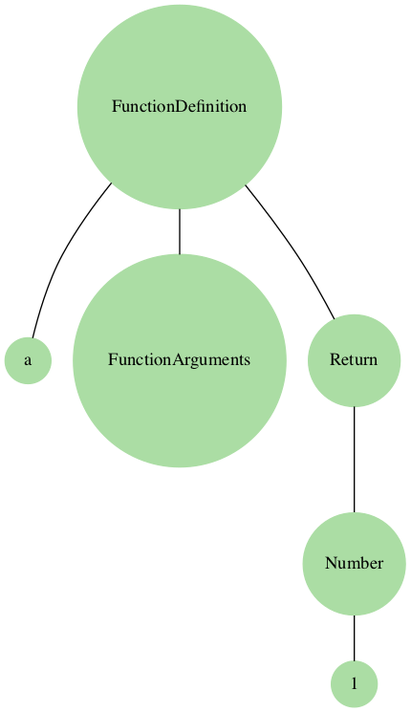
Above: graphs/tmp.gv.png in Iainmon/hybrid (Graphviz), before the change. Its source is kept beside it as graphs/tmp.gv.
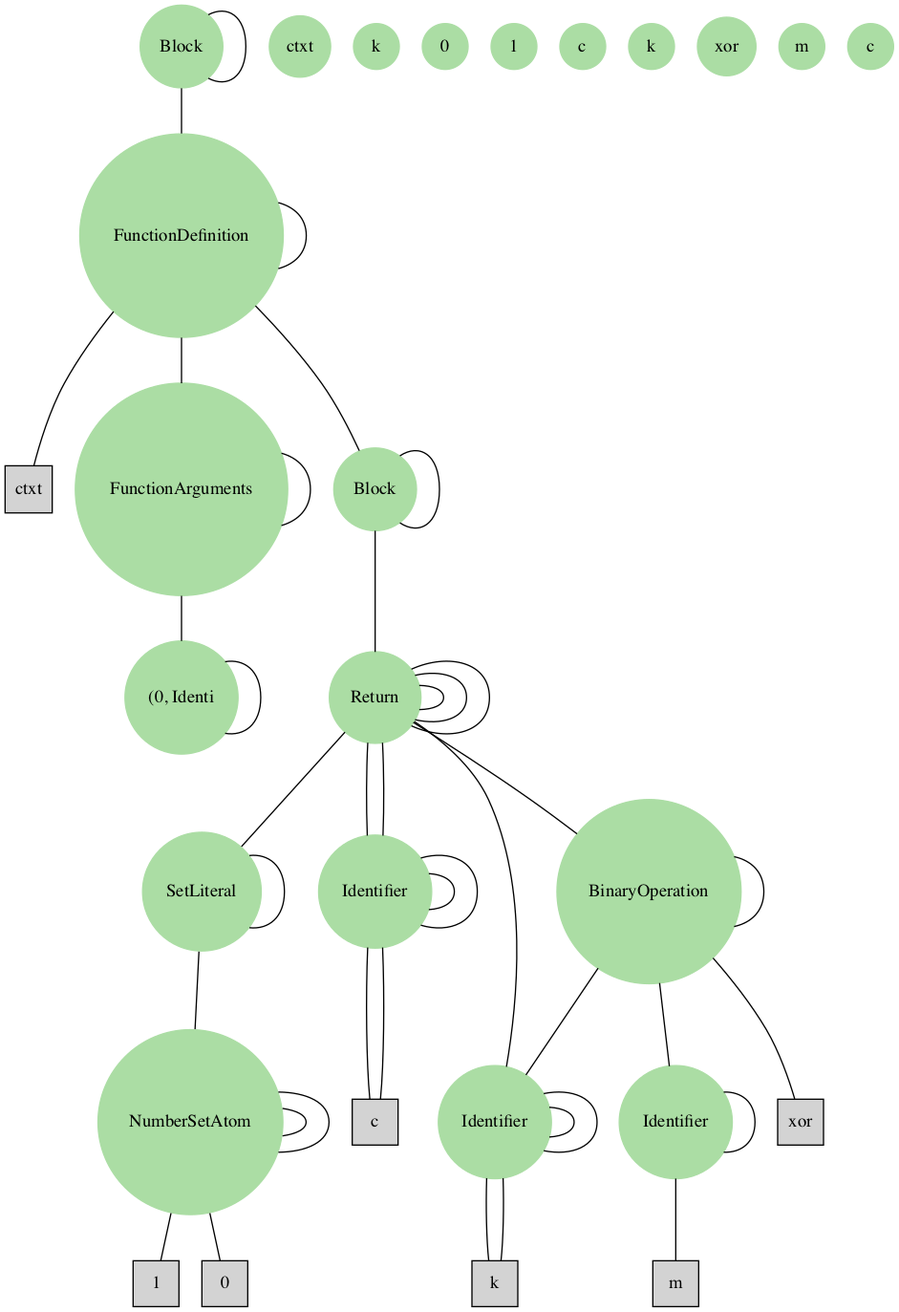
The same file after the commit.

The edit, as a diff of the source:
```diff
@@ -2,17 +2,69 @@
 	graph [rankdir=TD]
 	node [colorscheme=spectral11 shape=square style=filled]
 	edge [arrowhead=none]
-	"Block(procedure=[FunctionDefinition(fun_name='a', args=FunctionArguments(args=[]), block=Block(procedure=[Return(ret=Number(num=1))]))])" [label=Block color=8 shape=circle]
-	"Block(procedure=[FunctionDefinition(fun_name='a', args=FunctionArguments(args=[]), block=Block(procedure=[Return(ret=Number(num=1))]))])" [label=FunctionDefinition color=8 shape=circle]
-	a [label=a color=8 shape=circle]
-	"Block(procedure=[FunctionDefinition(fun_name='a', args=FunctionArguments(args=[]), block=Block(procedure=[Return(ret=Number(num=1))]))])" -> a
-	"FunctionArguments(args=[])" [label=FunctionArguments color=8 shape=circle]
-	"Block(procedure=[FunctionDefinition(fun_name='a', args=FunctionArguments(args=[]), block=Block(procedure=[Return(ret=Number(num=1))]))])" -> "FunctionArguments(args=[])"
-	"Block(procedure=[Return(ret=Number(num=1))])" [label=Block color=8 shape=circle]
-	"Block(procedure=[Return(ret=Number(num=1))])" [label=Return color=8 shape=circle]
-	"Number(num=1)" [label=Number color=8 shape=circle]
-	1 [label=1 color=8 shape=circle]
-	"Number(num=1)" -> 1
-	"Block(procedure=[Return(ret=Number(num=1))])" -> "Number(num=1)"
-	"Block(procedure=[FunctionDefinition(fun_name='a', args=FunctionArguments(args=[]), block=Block(procedure=[Return(ret=Number(num=1))]))])" -> "Block(procedure=[Return(ret=Number(num=1))])"
+	"Block(procedure=[FunctionDefinition(fun_name='ctxt', args=FunctionArguments(args=[(0, Identifier(id='m'))]), block=Block(procedure=[Sample(lhs=Identifier(id='k'), rhs=SetLiteral(data=[NumberSetAtom(num=0), NumberSetAtom(num=1)])), Assignment(lhs=Identifier(id='c'), rhs=BinaryOperation(lhs=Identifier(id='k'), bin_op='xor', rhs=Identifier(id='m'))), Return(ret=Identifier(id='c'))]))])" [label=Block color=8 shape=circle]
+	"Block(procedure=[FunctionDefinition(fun_name='ctxt', args=FunctionArguments(args=[(0, Identifier(id='m'))]), block=Block(procedure=[Sample(lhs=Identifier(id='k'), rhs=SetLiteral(data=[NumberSetAtom(num=0), NumberSetAtom(num=1)])), Assignment(lhs=Identifier(id='c'), rhs=BinaryOperation(lhs=Identifier(id='k'), bin_op='xor', rhs=Identifier(id='m'))), Return(ret=Identifier(id='c'))]))])" -> "Block(procedure=[FunctionDefinition(fun_name='ctxt', args=FunctionArguments(args=[(0, Identifier(id='m'))]), block=Block(procedure=[Sample(lhs=Identifier(id='k'), rhs=SetLiteral(data=[NumberSetAtom(num=0), NumberSetAtom(num=1)])), Assignment(lhs=Identifier(id='c'), rhs=BinaryOperation(lhs=Identifier(id='k'), bin_op='xor', rhs=Identifier(id='m'))), Return(ret=Identifier(id='c'))]))])"
+	"[FunctionDefinition(fun_name='ctxt', args=FunctionArguments(args=[(0, Identifier(id='m'))]), block=Block(procedure=[Sample(lhs=Identifier(id='k'), rhs=SetLiteral(data=[NumberSetAtom(num=0), NumberSetAtom(num=1)])), Assignment(lhs=Identifier(id='c'), rhs=BinaryOperation(lhs=Identifier(id='k'), bin_op='xor', rhs=Identifier(id='m'))), Return(ret=Identifier(id='c'))]))]" [label=FunctionDefinition color=8 shape=circle]
+	"[FunctionDefinition(fun_name='ctxt', args=FunctionArguments(args=[(0, Identifier(id='m'))]), block=Block(procedure=[Sample(lhs=Identifier(id='k'), rhs=SetLiteral(data=[NumberSetAtom(num=0), NumberSetAtom(num=1)])), Assignment(lhs=Identifier(id='c'), rhs=BinaryOperation(lhs=Identifier(id='k'), bin_op='xor', rhs=Identifier(id='m'))), Return(ret=Identifier(id='c'))]))]" -> "[FunctionDefinition(fun_name='ctxt', args=FunctionArguments(args=[(0, Identifier(id='m'))]), block=Block(procedure=[Sample(lhs=Identifier(id='k'), rhs=SetLiteral(data=[NumberSetAtom(num=0), NumberSetAtom(num=1)])), Assignment(lhs=Identifier(id='c'), rhs=BinaryOperation(lhs=Identifier(id='k'), bin_op='xor', rhs=Identifier(id='m'))), Return(ret=Identifier(id='c'))]))]"
+	2 [label=ctxt color=8 shape=circle]
+	"[FunctionDefinition(fun_name='ctxt', args=FunctionArguments(args=[(0, Identifier(id='m'))]), block=Block(procedure=[Sample(lhs=Identifier(id='k'), rhs=SetLiteral(data=[NumberSetAtom(num=0), NumberSetAtom(num=1)])), Assignment(lhs=Identifier(id='c'), rhs=BinaryOperation(lhs=Identifier(id='k'), bin_op='xor', rhs=Identifier(id='m'))), Return(ret=Identifier(id='c'))]))]" -> ctxt
+	"FunctionArguments(args=[(0, Identifier(id='m'))])" [label=FunctionArguments color=8 shape=circle]
+	"FunctionArguments(args=[(0, Identifier(id='m'))])" -> "FunctionArguments(args=[(0, Identifier(id='m'))])"
+	"[(0, Identifier(id='m'))]" [label="(0, Identi" color=8 shape=circle]
+	"[(0, Identifier(id='m'))]" -> "[(0, Identifier(id='m'))]"
+	"FunctionArguments(args=[(0, Identifier(id='m'))])" -> "[(0, Identifier(id='m'))]"
+	"[FunctionDefinition(fun_name='ctxt', args=FunctionArguments(args=[(0, Identifier(id='m'))]), block=Block(procedure=[Sample(lhs=Identifier(id='k'), rhs=SetLiteral(data=[NumberSetAtom(num=0), NumberSetAtom(num=1)])), Assignment(lhs=Identifier(id='c'), rhs=BinaryOperation(lhs=Identifier(id='k'), bin_op='xor', rhs=Identifier(id='m'))), Return(ret=Identifier(id='c'))]))]" -> "FunctionArguments(args=[(0, Identifier(id='m'))])"
+	"Block(procedure=[Sample(lhs=Identifier(id='k'), rhs=SetLiteral(data=[NumberSetAtom(num=0), NumberSetAtom(num=1)])), Assignment(lhs=Identifier(id='c'), rhs=BinaryOperation(lhs=Identifier(id='k'), bin_op='xor', rhs=Identifier(id='m'))), Return(ret=Identifier(id='c'))])" [label=Block color=8 shape=circle]
+	"Block(procedure=[Sample(lhs=Identifier(id='k'), rhs=SetLiteral(data=[NumberSetAtom(num=0), NumberSetAtom(num=1)])), Assignment(lhs=Identifier(id='c'), rhs=BinaryOperation(lhs=Identifier(id='k'), bin_op='xor', rhs=Identifier(id='m'))), Return(ret=Identifier(id='c'))])" -> "Block(procedure=[Sample(lhs=Identifier(id='k'), rhs=SetLiteral(data=[NumberSetAtom(num=0), NumberSetAtom(num=1)])), Assignment(lhs=Identifier(id='c'), rhs=BinaryOperation(lhs=Identifier(id='k'), bin_op='xor', rhs=Identifier(id='m'))), Return(ret=Identifier(id='c'))])"
+	"[Sample(lhs=Identifier(id='k'), rhs=SetLiteral(data=[NumberSetAtom(num=0), NumberSetAtom(num=1)])), Assignment(lhs=Identifier(id='c'), rhs=BinaryOperation(lhs=Identifier(id='k'), bin_op='xor', rhs=Identifier(id='m'))), Return(ret=Identifier(id='c'))]" [label=Sample color=8 shape=circle]
+	"[Sample(lhs=Identifier(id='k'), rhs=SetLiteral(data=[NumberSetAtom(num=0), NumberSetAtom(num=1)])), Assignment(lhs=Identifier(id='c'), rhs=BinaryOperation(lhs=Identifier(id='k'), bin_op='xor', rhs=Identifier(id='m'))), Return(ret=Identifier(id='c'))]" -> "[Sample(lhs=Identifier(id='k'), rhs=SetLiteral(data=[NumberSetAtom(num=0), NumberSetAtom(num=1)])), Assignment(lhs=Identifier(id='c'), rhs=BinaryOperation(lhs=Identifier(id='k'), bin_op='xor', rhs=Identifier(id='m'))), Return(ret=Identifier(id='c'))]"
+	"Identifier(id='k')" [label=Identifier color=8 shape=circle]
+	"Identifier(id='k')" -> "Identifier(id='k')"
+	8 [label=k color=8 shape=circle]
+	"Identifier(id='k')" -> k
+	"[Sample(lhs=Identifier(id='k'), rhs=SetLiteral(data=[NumberSetAtom(num=0), NumberSetAtom(num=1)])), Assignment(lhs=Identifier(id='c'), rhs=BinaryOperation(lhs=Identifier(id='k'), bin_op='xor', rhs=Identifier(id='m'))), Return(ret=Identifier(id='c'))]" -> "Identifier(id='k')"
+	"SetLiteral(data=[NumberSetAtom(num=0), NumberSetAtom(num=1)])" [label=SetLiteral color=8 shape=circle]
+	"SetLiteral(data=[NumberSetAtom(num=0), NumberSetAtom(num=1)])" -> "SetLiteral(data=[NumberSetAtom(num=0), NumberSetAtom(num=1)])"
+	"[NumberSetAtom(num=0), NumberSetAtom(num=1)]" [label=NumberSetAtom color=8 shape=circle]
+	"[NumberSetAtom(num=0), NumberSetAtom(num=1)]" -> "[NumberSetAtom(num=0), NumberSetAtom(num=1)]"
+	11 [label=0 color=8 shape=circle]
+	"[NumberSetAtom(num=0), NumberSetAtom(num=1)]" -> 0
+	"[NumberSetAtom(num=0), NumberSetAtom(num=1)]" [label=NumberSetAtom color=8 shape=circle]
+	"[NumberSetAtom(num=0), NumberSetAtom(num=1)]" -> "[NumberSetAtom(num=0), NumberSetAtom(num=1)]"
+	13 [label=1 color=8 shape=circle]
+	"[NumberSetAtom(num=0), NumberSetAtom(num=1)]" -> 1
+	"SetLiteral(data=[NumberSetAtom(num=0), NumberSetAtom(num=1)])" -> "[NumberSetAtom(num=0), NumberSetAtom(num=1)]"
+	"[Sample(lhs=Identifier(id='k'), rhs=SetLiteral(data=[NumberSetAtom(num=0), NumberSetAtom(num=1)])), Assignment(lhs=Identifier(id='c'), rhs=BinaryOperation(lhs=Identifier(id='k'), bin_op='xor', rhs=Identifier(id='m'))), Return(ret=Identifier(id='c'))]" -> "SetLiteral(data=[NumberSetAtom(num=0), NumberSetAtom(num=1)])"
+	"[Sample(lhs=Identifier(id='k'), rhs=SetLiteral(data=[NumberSetAtom(num=0), NumberSetAtom(num=1)])), Assignment(lhs=Identifier(id='c'), rhs=BinaryOperation(lhs=Identifier(id='k'), bin_op='xor', rhs=Identifier(id='m'))), Return(ret=Identifier(id='c'))]" [label=Assignment color=8 shape=circle]
+	"[Sample(lhs=Identifier(id='k'), rhs=SetLiteral(data=[NumberSetAtom(num=0), NumberSetAtom(num=1)])), Assignment(lhs=Identifier(id='c'), rhs=BinaryOperation(lhs=Identifier(id='k'), bin_op='xor', rhs=Identifier(id='m'))), Return(ret=Identifier(id='c'))]" -> "[Sample(lhs=Identifier(id='k'), rhs=SetLiteral(data=[NumberSetAtom(num=0), NumberSetAtom(num=1)])), Assignment(lhs=Identifier(id='c'), rhs=BinaryOperation(lhs=Identifier(id='k'), bin_op='xor', rhs=Identifier(id='m'))), Return(ret=Identifier(id='c'))]"
+	"Identifier(id='c')" [label=Identifier color=8 shape=circle]
+	"Identifier(id='c')" -> "Identifier(id='c')"
+	16 [label=c color=8 shape=circle]
+	"Identifier(id='c')" -> c
+	"[Sample(lhs=Identifier(id='k'), rhs=SetLiteral(data=[NumberSetAtom(num=0), NumberSetAtom(num=1)])), Assignment(lhs=Identifier(id='c'), rhs=BinaryOperation(lhs=Identifier(id='k'), bin_op='xor', rhs=Identifier(id='m'))), Return(ret=Identifier(id='c'))]" -> "Identifier(id='c')"
+	"BinaryOperation(lhs=Identifier(id='k'), bin_op='xor', rhs=Identifier(id='m'))" [label=BinaryOperation color=8 shape=circle]
+	"BinaryOperation(lhs=Identifier(id='k'), bin_op='xor', rhs=Identifier(id='m'))" -> "BinaryOperation(lhs=Identifier(id='k'), bin_op='xor', rhs=Identifier(id='m'))"
+	"Identifier(id='k')" [label=Identifier color=8 shape=circle]
+	"Identifier(id='k')" -> "Identifier(id='k')"
+	19 [label=k color=8 shape=circle]
+	"Identifier(id='k')" -> k
+	"BinaryOperation(lhs=Identifier(id='k'), bin_op='xor', rhs=Identifier(id='m'))" -> "Identifier(id='k')"
+	20 [label=xor color=8 shape=circle]
+	"BinaryOperation(lhs=Identifier(id='k'), bin_op='xor', rhs=Identifier(id='m'))" -> xor
+	"Identifier(id='m')" [label=Identifier color=8 shape=circle]
+	"Identifier(id='m')" -> "Identifier(id='m')"
+	22 [label=m color=8 shape=circle]
+	"Identifier(id='m')" -> m
+	"BinaryOperation(lhs=Identifier(id='k'), bin_op='xor', rhs=Identifier(id='m'))" -> "Identifier(id='m')"
+	"[Sample(lhs=Identifier(id='k'), rhs=SetLiteral(data=[NumberSetAtom(num=0), NumberSetAtom(num=1)])), Assignment(lhs=Identifier(id='c'), rhs=BinaryOperation(lhs=Identifier(id='k'), bin_op='xor', rhs=Identifier(id='m'))), Return(ret=Identifier(id='c'))]" -> "BinaryOperation(lhs=Identifier(id='k'), bin_op='xor', rhs=Identifier(id='m'))"
+	"[Sample(lhs=Identifier(id='k'), rhs=SetLiteral(data=[NumberSetAtom(num=0), NumberSetAtom(num=1)])), Assignment(lhs=Identifier(id='c'), rhs=BinaryOperation(lhs=Identifier(id='k'), bin_op='xor', rhs=Identifier(id='m'))), Return(ret=Identifier(id='c'))]" [label=Return color=8 shape=circle]
+	"[Sample(lhs=Identifier(id='k'), rhs=SetLiteral(data=[NumberSetAtom(num=0), NumberSetAtom(num=1)])), Assignment(lhs=Identifier(id='c'), rhs=BinaryOperation(lhs=Identifier(id='k'), bin_op='xor', rhs=Identifier(id='m'))), Return(ret=Identifier(id='c'))]" -> "[Sample(lhs=Identifier(id='k'), rhs=SetLiteral(data=[NumberSetAtom(num=0), NumberSetAtom(num=1)])), Assignment(lhs=Identifier(id='c'), rhs=BinaryOperation(lhs=Identifier(id='k'), bin_op='xor', rhs=Identifier(id='m'))), Return(ret=Identifier(id='c'))]"
+	"Identifier(id='c')" [label=Identifier color=8 shape=circle]
+	"Identifier(id='c')" -> "Identifier(id='c')"
+	25 [label=c color=8 shape=circle]
+	"Identifier(id='c')" -> c
+	"[Sample(lhs=Identifier(id='k'), rhs=SetLiteral(data=[NumberSetAtom(num=0), NumberSetAtom(num=1)])), Assignment(lhs=Identifier(id='c'), rhs=BinaryOperation(lhs=Identifier(id='k'), bin_op='xor', rhs=Identifier(id='m'))), Return(ret=Identifier(id='c'))]" -> "Identifier(id='c')"
+	"Block(procedure=[Sample(lhs=Identifier(id='k'), rhs=SetLiteral(data=[NumberSetAtom(num=0), NumberSetAtom(num=1)])), Assignment(lhs=Identifier(id='c'), rhs=BinaryOperation(lhs=Identifier(id='k'), bin_op='xor', rhs=Identifier(id='m'))), Return(ret=Identifier(id='c'))])" -> "[Sample(lhs=Identifier(id='k'), rhs=SetLiteral(data=[NumberSetAtom(num=0), NumberSetAtom(num=1)])), Assignment(lhs=Identifier(id='c'), rhs=BinaryOperation(lhs=Identifier(id='k'), bin_op='xor', rhs=Identifier(id='m'))), Return(ret=Identifier(id='c'))]"
+	"[FunctionDefinition(fun_name='ctxt', args=FunctionArguments(args=[(0, Identifier(id='m'))]), block=Block(procedure=[Sample(lhs=Identifier(id='k'), rhs=SetLiteral(data=[NumberSetAtom(num=0), NumberSetAtom(num=1)])), Assignment(lhs=Identifier(id='c'), rhs=BinaryOperation(lhs=Identifier(id='k'), bin_op='xor', rhs=Identifier(id='m'))), Return(ret=Identifier(id='c'))]))]" -> "Block(procedure=[Sample(lhs=Identifier(id='k'), rhs=SetLiteral(data=[NumberSetAtom(num=0), NumberSetAtom(num=1)])), Assignment(lhs=Identifier(id='c'), rhs=BinaryOperation(lhs=Identifier(id='k'), bin_op='xor', rhs=Identifier(id='m'))), Return(ret=Identifier(id='c'))])"
+	"Block(procedure=[FunctionDefinition(fun_name='ctxt', args=FunctionArguments(args=[(0, Identifier(id='m'))]), block=Block(procedure=[Sample(lhs=Identifier(id='k'), rhs=SetLiteral(data=[NumberSetAtom(num=0), NumberSetAtom(num=1)])), Assignment(lhs=Identifier(id='c'), rhs=BinaryOperation(lhs=Identifier(id='k'), bin_op='xor', rhs=Identifier(id='m'))), Return(ret=Identifier(id='c'))]))])" -> "[FunctionDefinition(fun_name='ctxt', args=FunctionArguments(args=[(0, Identifier(id='m'))]), block=Block(procedure=[Sample(lhs=Identifier(id='k'), rhs=SetLiteral(data=[NumberSetAtom(num=0), NumberSetAtom(num=1)])), Assignment(lhs=Identifier(id='c'), rhs=BinaryOperation(lhs=Identifier(id='k'), bin_op='xor', rhs=Identifier(id='m'))), Return(ret=Identifier(id='c'))]))]"
 }
```
